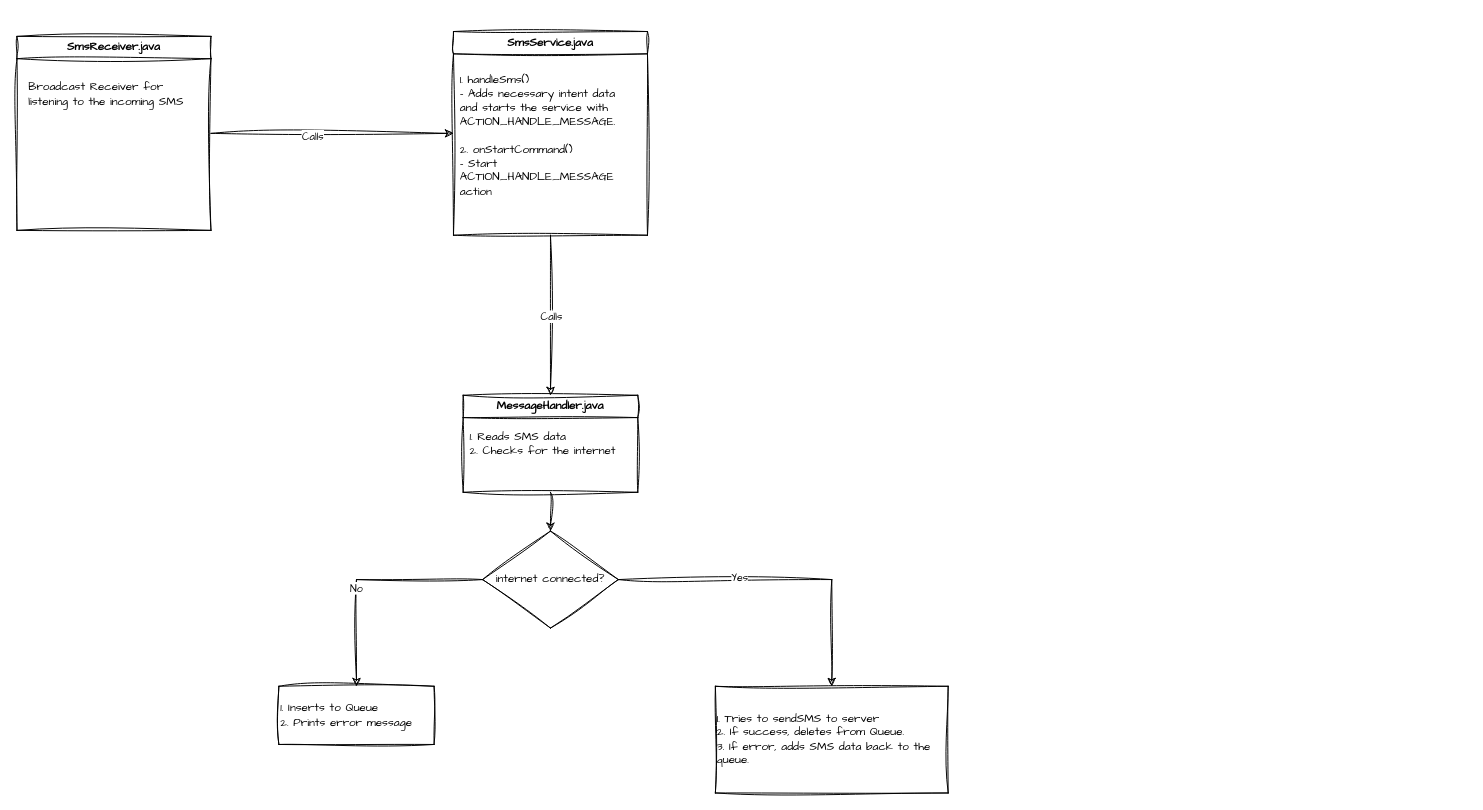
This is MoneySMS-SmsReceiveFlow.drawio from prameshbajra/drawio, a draw.io file, before an edit. Source tidied: cells renumbered, new cells numbered last; positions are measured from the earlier drawing's top-left corner, leaving out a move shared by most shapes. Both pictures are drawn from the tidied source at 97%, with x=0, y=0 at pixel (16, 31).
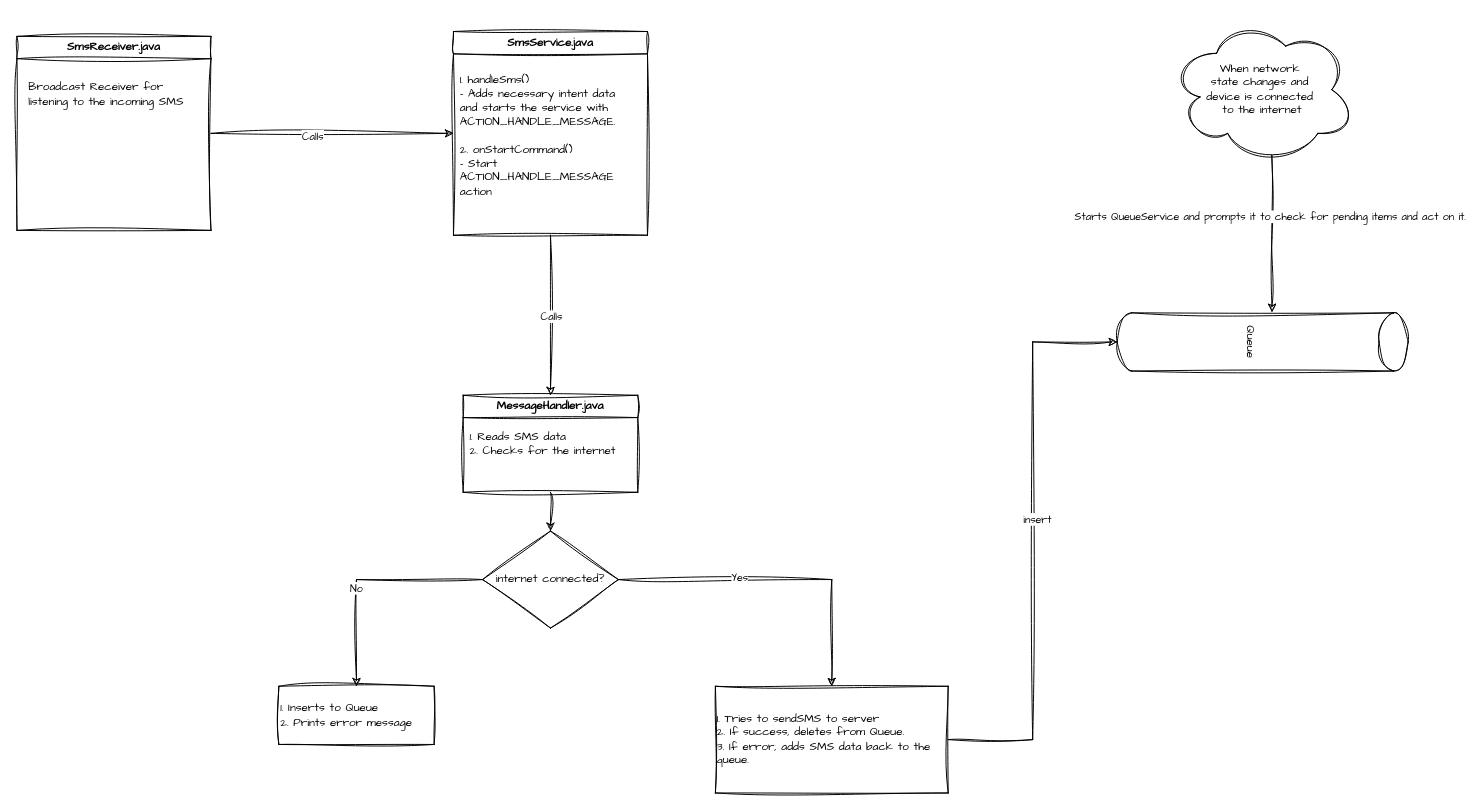
After the change.

Unchanged cells that the change refers to:
```xml
<mxCell id="19" value="1. Tries to sendSMS to server&lt;div&gt;2. If success, deletes from Queue.&lt;/div&gt;&lt;div&gt;3. If error, adds SMS data back to the queue.&lt;/div&gt;" style="whiteSpace=wrap;html=1;fontFamily=Architects Daughter;sketch=1;hachureGap=4;jiggle=2;curveFitting=1;align=left;" parent="1" vertex="1">
  <mxGeometry x="720" y="675" width="240" height="110" as="geometry" />
</mxCell>
```

Change to the diagram source:
```diff
@@
+    <mxCell id="20" value="Queue" style="shape=cylinder3;whiteSpace=wrap;html=1;boundedLbl=1;backgroundOutline=1;size=15;sketch=1;hachureGap=4;jiggle=2;curveFitting=1;fontFamily=Architects Daughter;rotation=90;" parent="1" vertex="1">
+      <mxGeometry x="1254.2" y="170" width="60" height="300" as="geometry" />
+    </mxCell>
+    <mxCell id="21" value="When network&amp;nbsp;&lt;div&gt;state changes and&amp;nbsp;&lt;/div&gt;&lt;div&gt;device is connected&amp;nbsp;&lt;/div&gt;&lt;div&gt;to the internet&lt;/div&gt;" style="ellipse;shape=cloud;whiteSpace=wrap;html=1;sketch=1;hachureGap=4;jiggle=2;curveFitting=1;fontFamily=Architects Daughter;" parent="1" vertex="1">
+      <mxGeometry x="1189.2" y="-15" width="190" height="150" as="geometry" />
+    </mxCell>
+    <mxCell id="22" style="edgeStyle=orthogonalEdgeStyle;rounded=0;sketch=1;hachureGap=4;jiggle=2;curveFitting=1;jettySize=auto;html=1;exitX=0.55;exitY=0.95;exitDx=0;exitDy=0;exitPerimeter=0;entryX=-0.012;entryY=0.468;entryDx=0;entryDy=0;entryPerimeter=0;fontFamily=Architects Daughter;" parent="1" edge="1" source="21" target="20">
+      <mxGeometry relative="1" as="geometry" />
+    </mxCell>
+    <mxCell id="23" value="Starts QueueService and prompts it to check for pending items and act on it." style="edgeLabel;html=1;align=center;verticalAlign=middle;sketch=1;hachureGap=4;jiggle=2;curveFitting=1;fontFamily=Architects Daughter;" parent="22" vertex="1">
+      <mxGeometry x="-0.26" y="-2" relative="1" as="geometry">
+        <mxPoint y="3" as="offset" />
+      </mxGeometry>
+    </mxCell>
+    <mxCell id="24" style="edgeStyle=orthogonalEdgeStyle;rounded=0;sketch=1;hachureGap=4;jiggle=2;curveFitting=1;jettySize=auto;html=1;exitX=1;exitY=0.5;exitDx=0;exitDy=0;entryX=0.5;entryY=1;entryDx=0;entryDy=0;entryPerimeter=0;fontFamily=Architects Daughter;" parent="1" edge="1" source="19" target="20">
+      <mxGeometry relative="1" as="geometry" />
+    </mxCell>
+    <mxCell id="25" value="insert" style="edgeLabel;html=1;align=center;verticalAlign=middle;sketch=1;hachureGap=4;jiggle=2;curveFitting=1;fontFamily=Architects Daughter;" parent="24" vertex="1">
+      <mxGeometry x="0.08" y="-4" relative="1" as="geometry" />
+    </mxCell>
```
